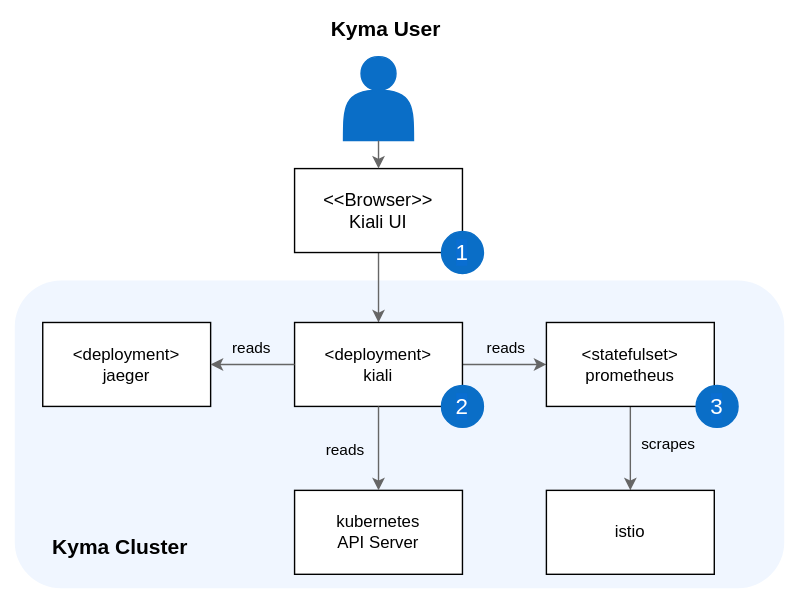
kyma-project/kyma keeps this draw.io diagram as docs/05-technical-reference/00-architecture/assets/obsv-kiali-architecture.svg. Above is the earlier version. Source tidied: cells renumbered, new cells last; positions are measured from the earlier drawing's top-left corner, leaving out a move shared by most shapes.
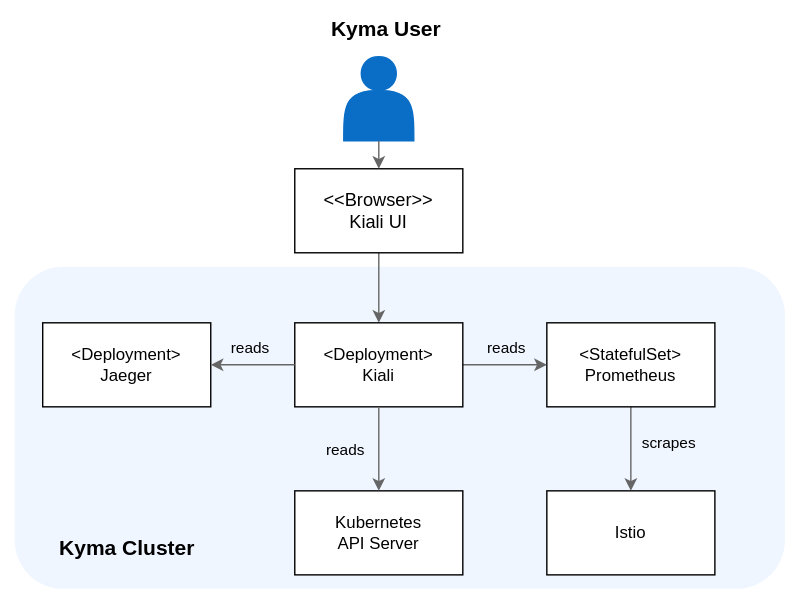
After the commit.

Commit message:
update Kiali architecture

Change to the diagram source:
```diff
@@ -6,10 +6,10 @@
       <mxGeometry width="570" height="420" as="geometry" />
     </mxCell>
     <mxCell id="3" style="rounded=1;whiteSpace=wrap;html=1;strokeColor=none;fillColor=#F0F6FF;" parent="1" vertex="1">
-      <mxGeometry x="10" y="200" width="550" height="220" as="geometry" />
+      <mxGeometry x="10" y="190" width="550" height="230" as="geometry" />
     </mxCell>
     <mxCell id="4" value="&lt;font style=&quot;font-size: 15px&quot;&gt;&lt;b&gt;Kyma Cluster&lt;/b&gt;&lt;/font&gt;" style="text;html=1;align=center;verticalAlign=middle;" parent="1" vertex="1">
-      <mxGeometry x="30" y="380" width="110" height="20" as="geometry" />
+      <mxGeometry x="35" y="380" width="110" height="20" as="geometry" />
     </mxCell>
     <mxCell id="5" style="edgeStyle=orthogonalEdgeStyle;rounded=1;jettySize=auto;html=1;strokeColor=#666666;entryX=0.5;entryY=0;entryDx=0;entryDy=0;" parent="1" edge="1" source="6" target="9">
       <mxGeometry relative="1" as="geometry" />
@@ -25,7 +25,7 @@
         <mxPoint x="-1" y="-13" as="offset" />
       </mxGeometry>
     </mxCell>
-    <mxCell id="9" value="&amp;lt;deployment&amp;gt;&lt;br&gt;kiali" style="rounded=0;whiteSpace=wrap;html=1;" parent="1" vertex="1">
+    <mxCell id="9" value="&amp;lt;Deployment&amp;gt;&lt;br&gt;Kiali" style="rounded=0;whiteSpace=wrap;html=1;" parent="1" vertex="1">
       <mxGeometry x="210" y="230" width="120" height="60" as="geometry" />
     </mxCell>
     <mxCell id="10" style="edgeStyle=orthogonalEdgeStyle;rounded=1;jettySize=auto;html=1;exitX=0.5;exitY=1;exitDx=0;exitDy=0;entryX=0.5;entryY=0;entryDx=0;entryDy=0;strokeColor=#666666;" parent="1" edge="1" source="12" target="14">
@@ -36,39 +36,30 @@
         <mxPoint x="26" as="offset" />
       </mxGeometry>
     </mxCell>
-    <mxCell id="12" value="&amp;lt;statefulset&amp;gt;&lt;br&gt;prometheus" style="rounded=0;whiteSpace=wrap;html=1;" parent="1" vertex="1">
+    <mxCell id="12" value="&amp;lt;StatefulSet&amp;gt;&lt;br&gt;Prometheus" style="rounded=0;whiteSpace=wrap;html=1;" parent="1" vertex="1">
       <mxGeometry x="390" y="230" width="120" height="60" as="geometry" />
     </mxCell>
-    <mxCell id="13" style="edgeStyle=orthogonalEdgeStyle;rounded=1;jettySize=auto;html=1;exitX=0.5;exitY=1;exitDx=0;exitDy=0;entryX=0.5;entryY=0;entryDx=0;entryDy=0;strokeColor=#666666;" parent="1" edge="1" target="x">
+    <mxCell id="13" style="edgeStyle=orthogonalEdgeStyle;rounded=1;orthogonalLoop=1;jettySize=auto;html=1;exitX=0.5;exitY=1;exitDx=0;exitDy=0;entryX=0.5;entryY=0;entryDx=0;entryDy=0;strokeColor=#666666;" parent="1" edge="1">
       <mxGeometry relative="1" as="geometry">
-        <mxPoint x="60" y="230" as="sourcePoint" />
+        <mxPoint x="100" y="290" as="sourcePoint" />
       </mxGeometry>
     </mxCell>
-    <mxCell id="14" value="istio" style="rounded=0;whiteSpace=wrap;html=1;" parent="1" vertex="1">
+    <mxCell id="14" value="Istio" style="rounded=0;whiteSpace=wrap;html=1;" parent="1" vertex="1">
       <mxGeometry x="390" y="350" width="120" height="60" as="geometry" />
     </mxCell>
     <mxCell id="15" style="shape=actor;whiteSpace=wrap;html=1;fillColor=#0A6EC7;strokeColor=#0A6EC7;" parent="1" vertex="1">
       <mxGeometry x="245" y="40" width="50" height="60" as="geometry" />
     </mxCell>
-    <mxCell id="16" value="&lt;font style=&quot;font-size: 16px&quot;&gt;1&lt;/font&gt;" style="ellipse;whiteSpace=wrap;html=1;labelBackgroundColor=#0A6ED1;fontColor=#FFFFFF;fillColor=#0A6EC7;strokeColor=#0A6EC7;" parent="1" vertex="1">
-      <mxGeometry x="315" y="165" width="30" height="30" as="geometry" />
-    </mxCell>
-    <mxCell id="17" value="&lt;font style=&quot;font-size: 16px&quot;&gt;2&lt;/font&gt;" style="ellipse;whiteSpace=wrap;html=1;labelBackgroundColor=#0A6ED1;fontColor=#FFFFFF;fillColor=#0A6EC7;strokeColor=#0A6EC7;" parent="1" vertex="1">
-      <mxGeometry x="315" y="275" width="30" height="30" as="geometry" />
-    </mxCell>
-    <mxCell id="18" value="&lt;font style=&quot;font-size: 16px&quot;&gt;3&lt;/font&gt;" style="ellipse;whiteSpace=wrap;html=1;labelBackgroundColor=#0A6ED1;fontColor=#FFFFFF;fillColor=#0A6EC7;strokeColor=#0A6EC7;" parent="1" vertex="1">
-      <mxGeometry x="497" y="275" width="30" height="30" as="geometry" />
-    </mxCell>
     <mxCell id="19" style="edgeStyle=orthogonalEdgeStyle;rounded=1;jettySize=auto;html=1;startArrow=none;startFill=0;endArrow=classic;endFill=1;strokeColor=#666666;entryX=0.5;entryY=0;entryDx=0;entryDy=0;exitX=0.5;exitY=1;exitDx=0;exitDy=0;" parent="1" edge="1" source="15" target="6">
       <mxGeometry relative="1" as="geometry" />
     </mxCell>
     <mxCell id="20" value="&lt;font style=&quot;font-size: 15px&quot;&gt;&lt;b&gt;Kyma User&lt;/b&gt;&lt;/font&gt;" style="text;html=1;align=center;verticalAlign=middle;fontSize=15;" parent="1" vertex="1">
       <mxGeometry x="230" y="10" width="90" height="20" as="geometry" />
     </mxCell>
-    <mxCell id="21" value="kubernetes&lt;br&gt;API Server" style="rounded=0;whiteSpace=wrap;html=1;" parent="1" vertex="1">
+    <mxCell id="21" value="Kubernetes&lt;br&gt;API Server" style="rounded=0;whiteSpace=wrap;html=1;" parent="1" vertex="1">
       <mxGeometry x="210" y="350" width="120" height="60" as="geometry" />
     </mxCell>
-    <mxCell id="22" value="&amp;lt;deployment&amp;gt;&lt;br&gt;jaeger" style="rounded=0;whiteSpace=wrap;html=1;" parent="1" vertex="1">
+    <mxCell id="22" value="&amp;lt;Deployment&amp;gt;&lt;br&gt;Jaeger" style="rounded=0;whiteSpace=wrap;html=1;" parent="1" vertex="1">
       <mxGeometry x="30" y="230" width="120" height="60" as="geometry" />
     </mxCell>
     <mxCell id="23" style="edgeStyle=orthogonalEdgeStyle;rounded=1;jettySize=auto;html=1;exitX=0.5;exitY=1;exitDx=0;exitDy=0;strokeColor=#666666;" parent="1" edge="1" source="9" target="21">
```
